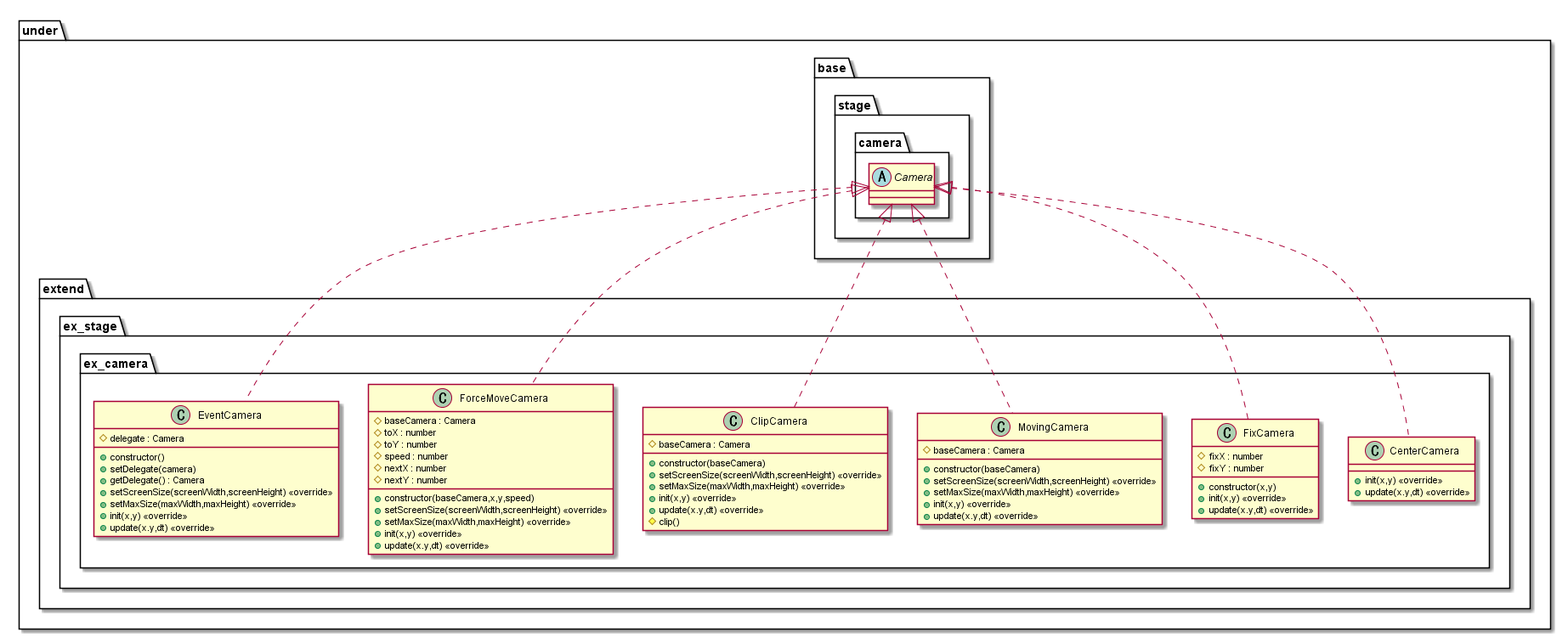
Expine/Under keeps this PlantUML diagram as out/uml/stage/ExtendCamera/StageExtendCamera.png. Above is the earlier version.
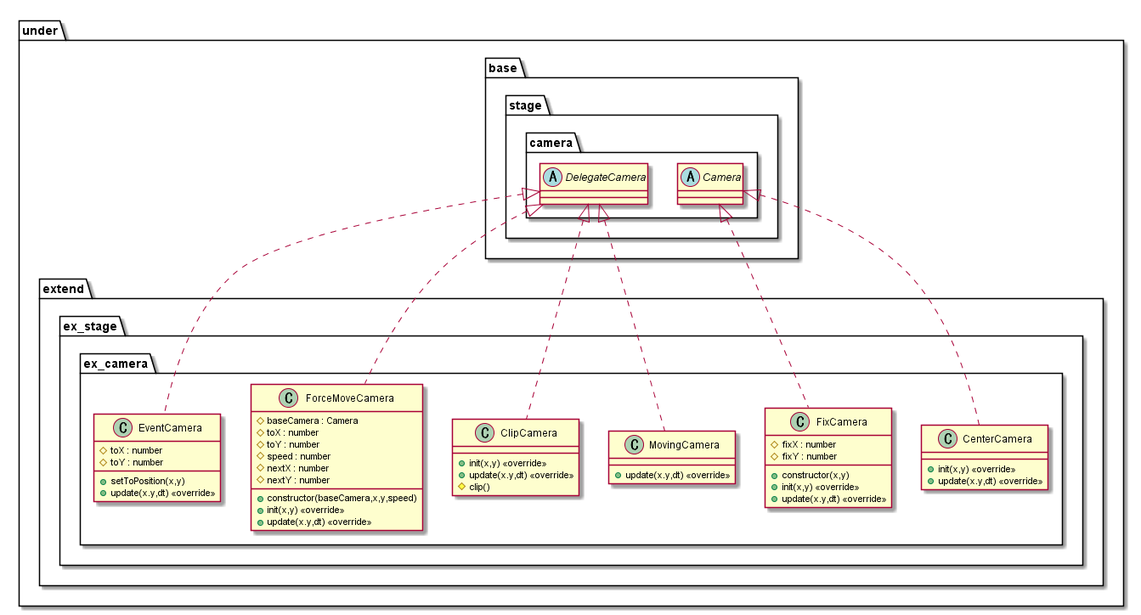
After the commit.

The edit, as a diff of the source:
```diff
@@ -15,18 +15,9 @@
                     +update(x.y,dt) <<override>>
                 }
                 class MovingCamera {
-                    +constructor(baseCamera)
-                    #baseCamera : Camera
-                    +setScreenSize(screenWidth,screenHeight) <<override>>
-                    +setMaxSize(maxWidth,maxHeight) <<override>>
-                    +init(x,y) <<override>>
                     +update(x.y,dt) <<override>>
                 }
                 class ClipCamera {
-                    +constructor(baseCamera)
-                    #baseCamera : Camera
-                    +setScreenSize(screenWidth,screenHeight) <<override>>
-                    +setMaxSize(maxWidth,maxHeight) <<override>>
                     +init(x,y) <<override>>
                     +update(x.y,dt) <<override>>
                     #clip()
@@ -39,19 +30,13 @@
                     #speed : number
                     #nextX : number
                     #nextY : number
-                    +setScreenSize(screenWidth,screenHeight) <<override>>
-                    +setMaxSize(maxWidth,maxHeight) <<override>>
                     +init(x,y) <<override>>
                     +update(x.y,dt) <<override>>
                 }
                 class EventCamera {
-                    +constructor()
-                    #delegate : Camera
-                    +setDelegate(camera)
-                    +getDelegate() : Camera
-                    +setScreenSize(screenWidth,screenHeight) <<override>>
-                    +setMaxSize(maxWidth,maxHeight) <<override>>
-                    +init(x,y) <<override>>
+                    #toX : number
+                    #toY : number
+                    +setToPosition(x,y)
                     +update(x.y,dt) <<override>>
                 }
             }
@@ -65,6 +50,7 @@
         package stage {
             package camera {
                 abstract Camera
+                abstract DelegateCamera
             }
         }
     }
@@ -72,9 +58,9 @@
 
 Camera <|.. CenterCamera
 Camera <|.. FixCamera
-Camera <|.. MovingCamera
-Camera <|.. ClipCamera
-Camera <|.. ForceMoveCamera
-Camera <|.. EventCamera
+DelegateCamera <|.. MovingCamera
+DelegateCamera <|.. ClipCamera
+DelegateCamera <|.. ForceMoveCamera
+DelegateCamera <|.. EventCamera
 
 @enduml
```
